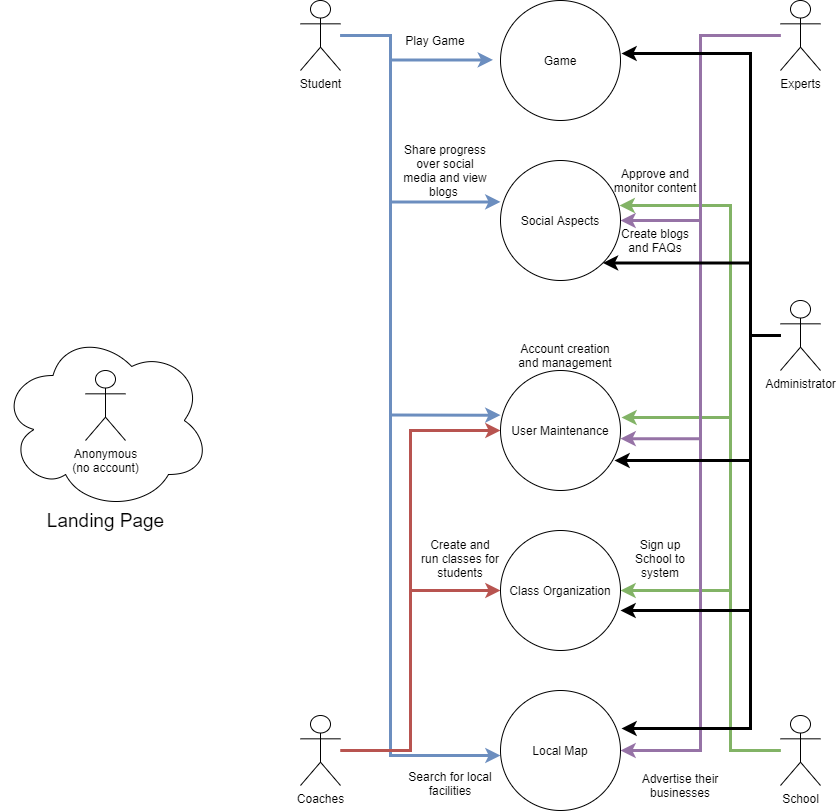
Above: Deliverables/Week_2/Use Cases.png in Hanandrof/Group-3-Repository (draw.io), before the change. Source tidied: cells renumbered, new cells last; positions are measured from the earlier drawing's top-left corner, leaving out a move shared by most shapes. Its diagram source:
```xml
<mxGraphModel>
  <root>
    <mxCell id="0" />
    <mxCell id="1" parent="0" />
    <mxCell id="2" style="ellipse;shape=cloud;whiteSpace=wrap;html=1;" parent="1" vertex="1">
      <mxGeometry y="330" width="210" height="180" as="geometry" />
    </mxCell>
    <mxCell id="3" style="edgeStyle=orthogonalEdgeStyle;rounded=0;jettySize=auto;html=1;entryX=-0.063;entryY=0.495;entryDx=0;entryDy=0;entryPerimeter=0;fillColor=#dae8fc;strokeColor=#6c8ebf;strokeWidth=3;" parent="1" edge="1" source="7" target="19">
      <mxGeometry relative="1" as="geometry">
        <Array as="points">
          <mxPoint x="390" y="35" />
          <mxPoint x="390" y="59" />
        </Array>
      </mxGeometry>
    </mxCell>
    <mxCell id="4" style="edgeStyle=orthogonalEdgeStyle;rounded=0;jettySize=auto;html=1;entryX=0;entryY=0.345;entryDx=0;entryDy=0;entryPerimeter=0;fillColor=#dae8fc;strokeColor=#6c8ebf;strokeWidth=3;" parent="1" edge="1" source="7" target="20">
      <mxGeometry relative="1" as="geometry">
        <Array as="points">
          <mxPoint x="390" y="35" />
          <mxPoint x="390" y="201" />
        </Array>
      </mxGeometry>
    </mxCell>
    <mxCell id="5" style="edgeStyle=orthogonalEdgeStyle;rounded=0;jettySize=auto;html=1;entryX=0;entryY=0.372;entryDx=0;entryDy=0;entryPerimeter=0;fillColor=#dae8fc;strokeColor=#6c8ebf;strokeWidth=3;" parent="1" edge="1" source="7" target="21">
      <mxGeometry relative="1" as="geometry">
        <Array as="points">
          <mxPoint x="390" y="35" />
          <mxPoint x="390" y="415" />
        </Array>
      </mxGeometry>
    </mxCell>
    <mxCell id="6" style="edgeStyle=orthogonalEdgeStyle;rounded=0;jettySize=auto;html=1;entryX=1;entryY=0;entryDx=0;entryDy=0;fillColor=#dae8fc;strokeColor=#6c8ebf;strokeWidth=3;" parent="1" edge="1" source="7" target="29">
      <mxGeometry relative="1" as="geometry">
        <Array as="points">
          <mxPoint x="390" y="35" />
          <mxPoint x="390" y="755" />
        </Array>
      </mxGeometry>
    </mxCell>
    <mxCell id="7" value="Student" style="shape=umlActor;verticalLabelPosition=bottom;verticalAlign=top;html=1;outlineConnect=0;" parent="1" vertex="1">
      <mxGeometry x="300" width="40" height="70" as="geometry" />
    </mxCell>
    <mxCell id="8" style="edgeStyle=orthogonalEdgeStyle;rounded=0;jettySize=auto;html=1;entryX=0;entryY=0.5;entryDx=0;entryDy=0;strokeWidth=3;fillColor=#f8cecc;strokeColor=#b85450;" parent="1" edge="1" source="10" target="22">
      <mxGeometry relative="1" as="geometry">
        <Array as="points">
          <mxPoint x="410" y="750" />
          <mxPoint x="410" y="590" />
        </Array>
      </mxGeometry>
    </mxCell>
    <mxCell id="9" style="edgeStyle=orthogonalEdgeStyle;rounded=0;jettySize=auto;html=1;entryX=0;entryY=0.5;entryDx=0;entryDy=0;strokeWidth=3;fillColor=#f8cecc;strokeColor=#b85450;" parent="1" edge="1" source="10" target="21">
      <mxGeometry relative="1" as="geometry">
        <Array as="points">
          <mxPoint x="410" y="750" />
          <mxPoint x="410" y="430" />
        </Array>
      </mxGeometry>
    </mxCell>
    <mxCell id="10" value="Coaches" style="shape=umlActor;verticalLabelPosition=bottom;verticalAlign=top;html=1;outlineConnect=0;" parent="1" vertex="1">
      <mxGeometry x="300" y="715" width="40" height="70" as="geometry" />
    </mxCell>
    <mxCell id="11" style="edgeStyle=orthogonalEdgeStyle;rounded=0;jettySize=auto;html=1;entryX=0.992;entryY=0.375;entryDx=0;entryDy=0;entryPerimeter=0;strokeWidth=3;fillColor=#d5e8d4;strokeColor=#82b366;" parent="1" edge="1" source="14" target="20">
      <mxGeometry relative="1" as="geometry">
        <Array as="points">
          <mxPoint x="730" y="750" />
          <mxPoint x="730" y="205" />
        </Array>
      </mxGeometry>
    </mxCell>
    <mxCell id="12" style="edgeStyle=orthogonalEdgeStyle;rounded=0;jettySize=auto;html=1;entryX=1;entryY=0.5;entryDx=0;entryDy=0;strokeWidth=3;fillColor=#d5e8d4;strokeColor=#82b366;" parent="1" edge="1" source="14" target="22">
      <mxGeometry relative="1" as="geometry">
        <Array as="points">
          <mxPoint x="730" y="750" />
          <mxPoint x="730" y="590" />
        </Array>
      </mxGeometry>
    </mxCell>
    <mxCell id="13" style="edgeStyle=orthogonalEdgeStyle;rounded=0;jettySize=auto;html=1;entryX=1.008;entryY=0.392;entryDx=0;entryDy=0;entryPerimeter=0;strokeWidth=3;fillColor=#d5e8d4;strokeColor=#82b366;" parent="1" edge="1" source="14" target="21">
      <mxGeometry relative="1" as="geometry">
        <Array as="points">
          <mxPoint x="730" y="750" />
          <mxPoint x="730" y="417" />
        </Array>
      </mxGeometry>
    </mxCell>
    <mxCell id="14" value="School" style="shape=umlActor;verticalLabelPosition=bottom;verticalAlign=top;html=1;outlineConnect=0;" parent="1" vertex="1">
      <mxGeometry x="780" y="715" width="40" height="70" as="geometry" />
    </mxCell>
    <mxCell id="15" style="edgeStyle=orthogonalEdgeStyle;rounded=0;jettySize=auto;html=1;entryX=1;entryY=0.5;entryDx=0;entryDy=0;strokeWidth=3;fillColor=#e1d5e7;strokeColor=#9673a6;" parent="1" edge="1" source="18" target="20">
      <mxGeometry relative="1" as="geometry" />
    </mxCell>
    <mxCell id="16" style="edgeStyle=orthogonalEdgeStyle;rounded=0;jettySize=auto;html=1;strokeWidth=3;entryX=1;entryY=0.568;entryDx=0;entryDy=0;entryPerimeter=0;fillColor=#e1d5e7;strokeColor=#9673a6;" parent="1" edge="1" source="18" target="21">
      <mxGeometry relative="1" as="geometry" />
    </mxCell>
    <mxCell id="17" style="edgeStyle=orthogonalEdgeStyle;rounded=0;jettySize=auto;html=1;strokeWidth=3;fillColor=#e1d5e7;strokeColor=#9673a6;entryX=1;entryY=0.5;entryDx=0;entryDy=0;" parent="1" edge="1" source="18" target="23">
      <mxGeometry relative="1" as="geometry">
        <Array as="points">
          <mxPoint x="700" y="35" />
          <mxPoint x="700" y="750" />
        </Array>
      </mxGeometry>
    </mxCell>
    <mxCell id="18" value="Experts" style="shape=umlActor;verticalLabelPosition=bottom;verticalAlign=top;html=1;outlineConnect=0;" parent="1" vertex="1">
      <mxGeometry x="780" width="40" height="70" as="geometry" />
    </mxCell>
    <mxCell id="19" value="Game" style="ellipse;whiteSpace=wrap;html=1;" parent="1" vertex="1">
      <mxGeometry x="500" width="120" height="120" as="geometry" />
    </mxCell>
    <mxCell id="20" value="Social Aspects" style="ellipse;whiteSpace=wrap;html=1;" parent="1" vertex="1">
      <mxGeometry x="500" y="160" width="120" height="120" as="geometry" />
    </mxCell>
    <mxCell id="21" value="User Maintenance" style="ellipse;whiteSpace=wrap;html=1;" parent="1" vertex="1">
      <mxGeometry x="500" y="370" width="120" height="120" as="geometry" />
    </mxCell>
    <mxCell id="22" value="Class Organization" style="ellipse;whiteSpace=wrap;html=1;" parent="1" vertex="1">
      <mxGeometry x="500" y="530" width="120" height="120" as="geometry" />
    </mxCell>
    <mxCell id="23" value="Local Map" style="ellipse;whiteSpace=wrap;html=1;" parent="1" vertex="1">
      <mxGeometry x="500" y="690" width="120" height="120" as="geometry" />
    </mxCell>
    <mxCell id="24" value="Play Game" style="text;html=1;strokeColor=none;fillColor=none;align=center;verticalAlign=middle;whiteSpace=wrap;rounded=0;" parent="1" vertex="1">
      <mxGeometry x="390" y="20" width="90" height="40" as="geometry" />
    </mxCell>
    <mxCell id="25" value="Share progress over social media and view blogs&amp;nbsp;" style="text;html=1;strokeColor=none;fillColor=none;align=center;verticalAlign=middle;whiteSpace=wrap;rounded=0;" parent="1" vertex="1">
      <mxGeometry x="400" y="150" width="90" height="40" as="geometry" />
    </mxCell>
    <mxCell id="26" value="Approve and monitor content" style="text;html=1;strokeColor=none;fillColor=none;align=center;verticalAlign=middle;whiteSpace=wrap;rounded=0;" parent="1" vertex="1">
      <mxGeometry x="610" y="160" width="90" height="40" as="geometry" />
    </mxCell>
    <mxCell id="27" value="Create and run classes for students" style="text;html=1;strokeColor=none;fillColor=none;align=center;verticalAlign=middle;whiteSpace=wrap;rounded=0;" parent="1" vertex="1">
      <mxGeometry x="420" y="530" width="80" height="55" as="geometry" />
    </mxCell>
    <mxCell id="28" value="Sign up School to system" style="text;html=1;strokeColor=none;fillColor=none;align=center;verticalAlign=middle;whiteSpace=wrap;rounded=0;" parent="1" vertex="1">
      <mxGeometry x="620" y="530" width="80" height="55" as="geometry" />
    </mxCell>
    <mxCell id="29" value="Search for local facilities" style="text;html=1;strokeColor=none;fillColor=none;align=center;verticalAlign=middle;whiteSpace=wrap;rounded=0;" parent="1" vertex="1">
      <mxGeometry x="400" y="755" width="100" height="55" as="geometry" />
    </mxCell>
    <mxCell id="30" value="Advertise their businesses" style="text;html=1;strokeColor=none;fillColor=none;align=center;verticalAlign=middle;whiteSpace=wrap;rounded=0;" parent="1" vertex="1">
      <mxGeometry x="630" y="760" width="100" height="50" as="geometry" />
    </mxCell>
    <mxCell id="31" value="Account creation and management" style="text;html=1;strokeColor=none;fillColor=none;align=center;verticalAlign=middle;whiteSpace=wrap;rounded=0;" parent="1" vertex="1">
      <mxGeometry x="510" y="320" width="110" height="70" as="geometry" />
    </mxCell>
    <mxCell id="32" value="Create blogs and FAQs" style="text;html=1;strokeColor=none;fillColor=none;align=center;verticalAlign=middle;whiteSpace=wrap;rounded=0;" parent="1" vertex="1">
      <mxGeometry x="610" y="220" width="90" height="40" as="geometry" />
    </mxCell>
    <mxCell id="33" value="Anonymous&lt;br&gt;(no account)" style="shape=umlActor;verticalLabelPosition=bottom;verticalAlign=top;html=1;outlineConnect=0;" parent="1" vertex="1">
      <mxGeometry x="85" y="370" width="40" height="70" as="geometry" />
    </mxCell>
    <mxCell id="34" style="edgeStyle=orthogonalEdgeStyle;rounded=0;jettySize=auto;html=1;entryX=0.95;entryY=0.75;entryDx=0;entryDy=0;entryPerimeter=0;strokeWidth=3;" parent="1" edge="1" source="39" target="21">
      <mxGeometry relative="1" as="geometry">
        <Array as="points">
          <mxPoint x="750" y="335" />
          <mxPoint x="750" y="460" />
        </Array>
      </mxGeometry>
    </mxCell>
    <mxCell id="35" style="edgeStyle=orthogonalEdgeStyle;rounded=0;jettySize=auto;html=1;entryX=1;entryY=1;entryDx=0;entryDy=0;strokeWidth=3;" parent="1" edge="1" source="39" target="20">
      <mxGeometry relative="1" as="geometry">
        <Array as="points">
          <mxPoint x="750" y="335" />
          <mxPoint x="750" y="262" />
        </Array>
      </mxGeometry>
    </mxCell>
    <mxCell id="36" style="edgeStyle=orthogonalEdgeStyle;rounded=0;jettySize=auto;html=1;entryX=1;entryY=0.667;entryDx=0;entryDy=0;entryPerimeter=0;strokeWidth=3;" parent="1" edge="1" source="39" target="22">
      <mxGeometry relative="1" as="geometry">
        <Array as="points">
          <mxPoint x="750" y="335" />
          <mxPoint x="750" y="610" />
        </Array>
      </mxGeometry>
    </mxCell>
    <mxCell id="37" style="edgeStyle=orthogonalEdgeStyle;rounded=0;jettySize=auto;html=1;entryX=1.008;entryY=0.317;entryDx=0;entryDy=0;entryPerimeter=0;strokeWidth=3;" parent="1" edge="1" source="39" target="23">
      <mxGeometry relative="1" as="geometry">
        <Array as="points">
          <mxPoint x="750" y="335" />
          <mxPoint x="750" y="728" />
        </Array>
      </mxGeometry>
    </mxCell>
    <mxCell id="38" style="edgeStyle=orthogonalEdgeStyle;rounded=0;jettySize=auto;html=1;entryX=1.008;entryY=0.442;entryDx=0;entryDy=0;entryPerimeter=0;strokeWidth=3;" parent="1" edge="1" source="39" target="19">
      <mxGeometry relative="1" as="geometry">
        <Array as="points">
          <mxPoint x="750" y="335" />
          <mxPoint x="750" y="53" />
        </Array>
      </mxGeometry>
    </mxCell>
    <mxCell id="39" value="Administrator" style="shape=umlActor;verticalLabelPosition=bottom;verticalAlign=top;html=1;outlineConnect=0;" parent="1" vertex="1">
      <mxGeometry x="780" y="300" width="40" height="70" as="geometry" />
    </mxCell>
    <mxCell id="40" value="&lt;font style=&quot;font-size: 19px&quot;&gt;Landing Page&lt;/font&gt;" style="text;html=1;align=center;verticalAlign=middle;" parent="1" vertex="1">
      <mxGeometry x="40" y="510" width="130" height="20" as="geometry" />
    </mxCell>
  </root>
</mxGraphModel>
```
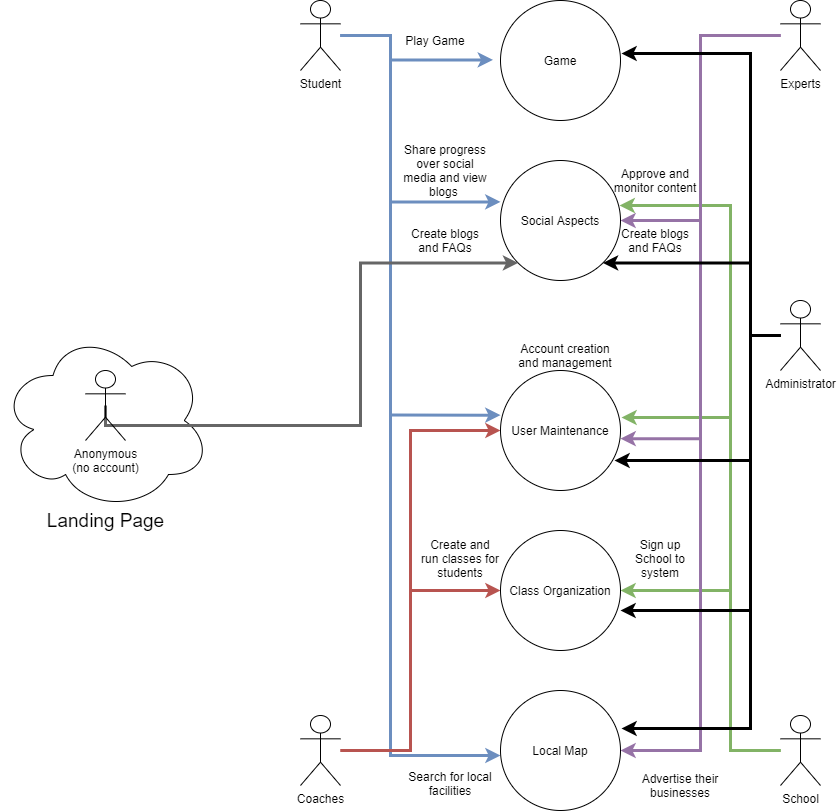
Above is the later version.

Diff of the diagram source:
```diff
@@ -145,6 +145,14 @@
     <mxCell id="32" value="Create blogs and FAQs" style="text;html=1;strokeColor=none;fillColor=none;align=center;verticalAlign=middle;whiteSpace=wrap;rounded=0;" parent="1" vertex="1">
       <mxGeometry x="610" y="220" width="90" height="40" as="geometry" />
     </mxCell>
+    <mxCell id="41" style="edgeStyle=orthogonalEdgeStyle;rounded=0;jettySize=auto;html=1;exitX=0.5;exitY=0.5;exitDx=0;exitDy=0;exitPerimeter=0;entryX=0;entryY=1;entryDx=0;entryDy=0;strokeWidth=3;fillColor=#f5f5f5;strokeColor=#666666;" parent="1" edge="1" source="33" target="20">
+      <mxGeometry relative="1" as="geometry">
+        <Array as="points">
+          <mxPoint x="360" y="425" />
+          <mxPoint x="360" y="262" />
+        </Array>
+      </mxGeometry>
+    </mxCell>
     <mxCell id="33" value="Anonymous&lt;br&gt;(no account)" style="shape=umlActor;verticalLabelPosition=bottom;verticalAlign=top;html=1;outlineConnect=0;" parent="1" vertex="1">
       <mxGeometry x="85" y="370" width="40" height="70" as="geometry" />
     </mxCell>
@@ -191,6 +199,9 @@
     <mxCell id="39" value="Administrator" style="shape=umlActor;verticalLabelPosition=bottom;verticalAlign=top;html=1;outlineConnect=0;" parent="1" vertex="1">
       <mxGeometry x="780" y="300" width="40" height="70" as="geometry" />
     </mxCell>
+    <mxCell id="42" value="Create blogs and FAQs" style="text;html=1;strokeColor=none;fillColor=none;align=center;verticalAlign=middle;whiteSpace=wrap;rounded=0;" parent="1" vertex="1">
+      <mxGeometry x="400" y="220" width="90" height="40" as="geometry" />
+    </mxCell>
     <mxCell id="40" value="&lt;font style=&quot;font-size: 19px&quot;&gt;Landing Page&lt;/font&gt;" style="text;html=1;align=center;verticalAlign=middle;" parent="1" vertex="1">
       <mxGeometry x="40" y="510" width="130" height="20" as="geometry" />
     </mxCell>
```
